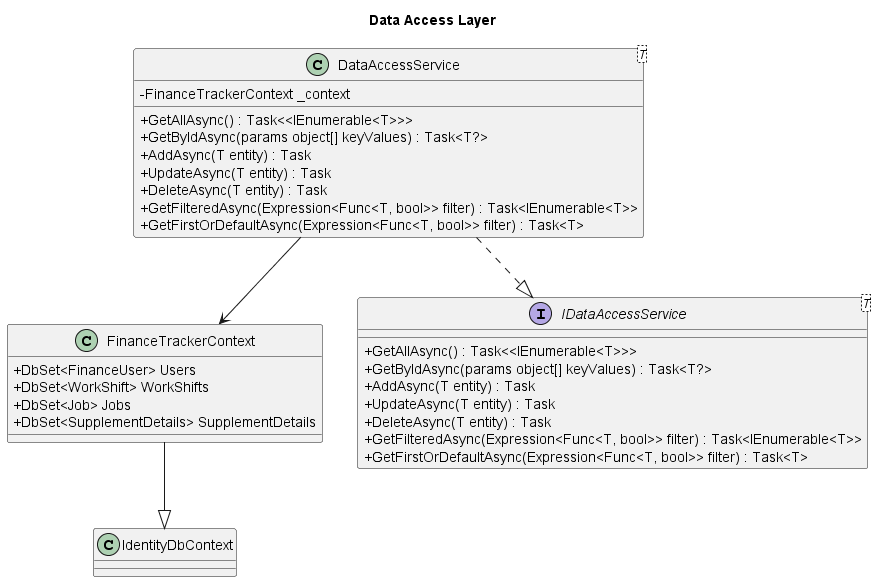
The PlantUML diagram diagrams/out/backend/DataAccessLayer/DataAccessLayer.png in a-chiha/FinanceTrackerBackend, before a commit. Its diagram source:
```plantuml
@startuml
skinparam classAttributeIconSize 0
title Data Access Layer

class FinanceTrackerContext {
    + DbSet<FinanceUser> Users
    + DbSet<WorkShift> WorkShifts
    + DbSet<Job> Jobs
    + DbSet<SupplementDetails> SupplementDetails
}

interface IDataAccessService<T> {
    + GetAllAsync() : Task<<IEnumerable<T>>>
    + GetByIdAsync(params object[] keyValues) : Task<T?>
    + AddAsync(T entity) : Task
    + UpdateAsync(T entity) : Task
    + DeleteAsync(T entity) : Task
    + GetFilteredAsync(Expression<Func<T, bool>> filter) : Task<IEnumerable<T>>
    + GetFirstOrDefaultAsync(Expression<Func<T, bool>> filter) : Task<T>
}

class DataAccessService<T> {
    - FinanceTrackerContext _context
    + GetAllAsync() : Task<<IEnumerable<T>>>
    + GetByIdAsync(params object[] keyValues) : Task<T?>
    + AddAsync(T entity) : Task
    + UpdateAsync(T entity) : Task
    + DeleteAsync(T entity) : Task
    + GetFilteredAsync(Expression<Func<T, bool>> filter) : Task<IEnumerable<T>>
    + GetFirstOrDefaultAsync(Expression<Func<T, bool>> filter) : Task<T>
}

class IdentityDbContext {
}


FinanceTrackerContext --|> IdentityDbContext
DataAccessService --> FinanceTrackerContext
DataAccessService ..|> IDataAccessService

@enduml
```
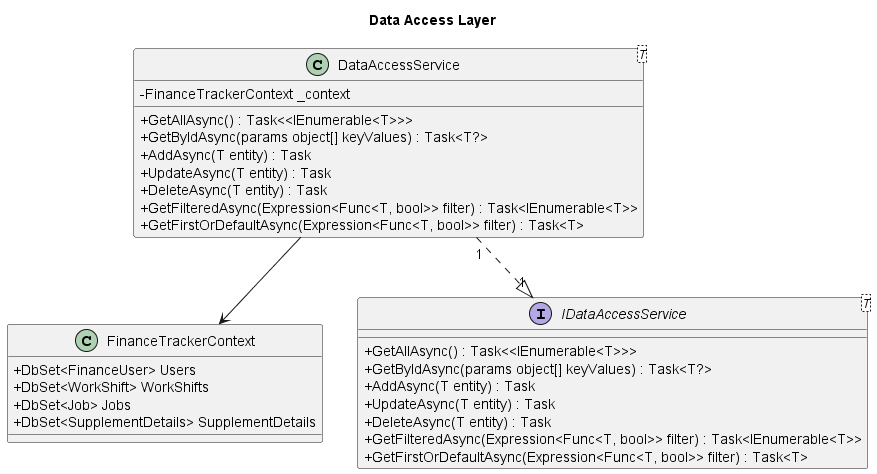
After the change.

Diff of the diagram source:
```diff
@@ -30,12 +30,8 @@
     + GetFirstOrDefaultAsync(Expression<Func<T, bool>> filter) : Task<T>
 }
 
-class IdentityDbContext {
-}
 
-
-FinanceTrackerContext --|> IdentityDbContext
 DataAccessService --> FinanceTrackerContext
-DataAccessService ..|> IDataAccessService
+DataAccessService "1" ..|> "1" IDataAccessService
 
 @enduml
```
